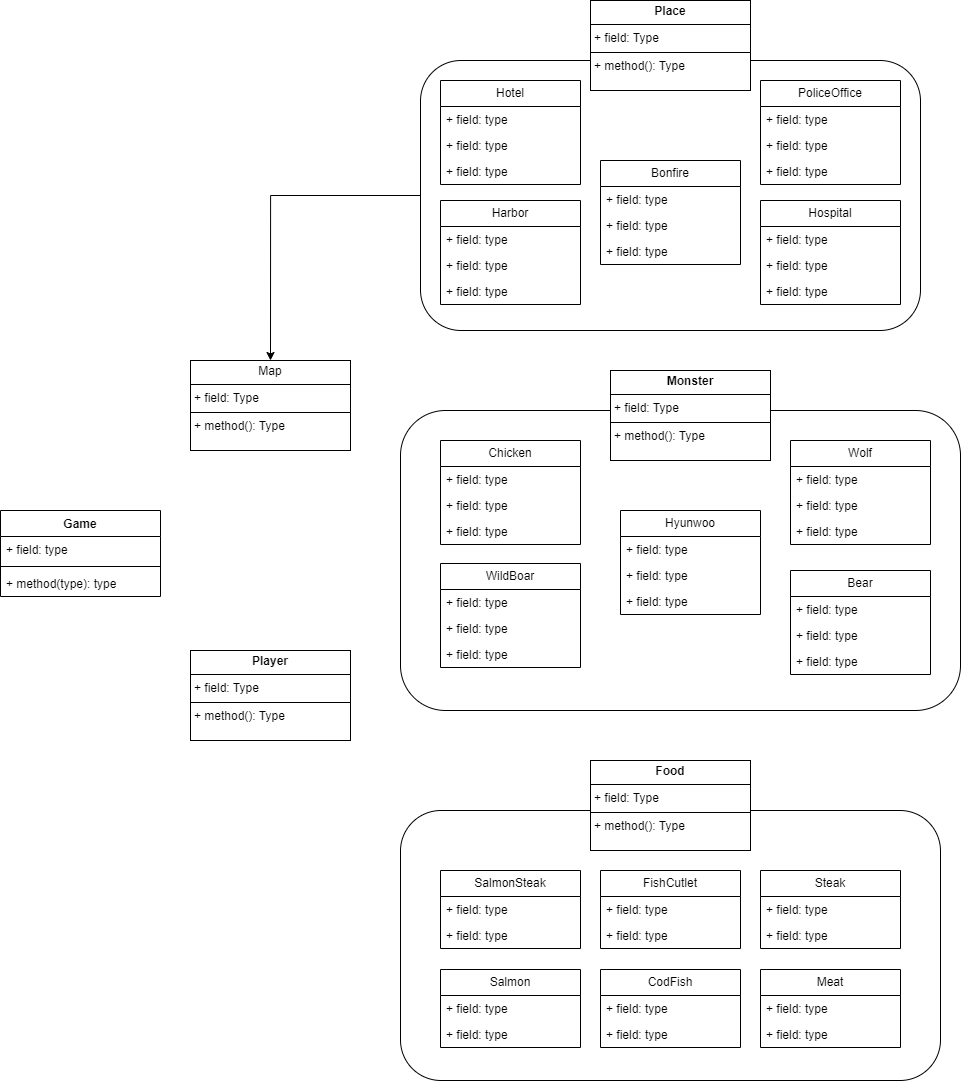
The draw.io diagram 구성도.drawio.png in SeungJu0406/SeungJu0406-KGA_OOPConsoleProject, before a commit. Source tidied: cells renumbered, new cells last; positions are measured from the earlier drawing's top-left corner, leaving out a move shared by most shapes.
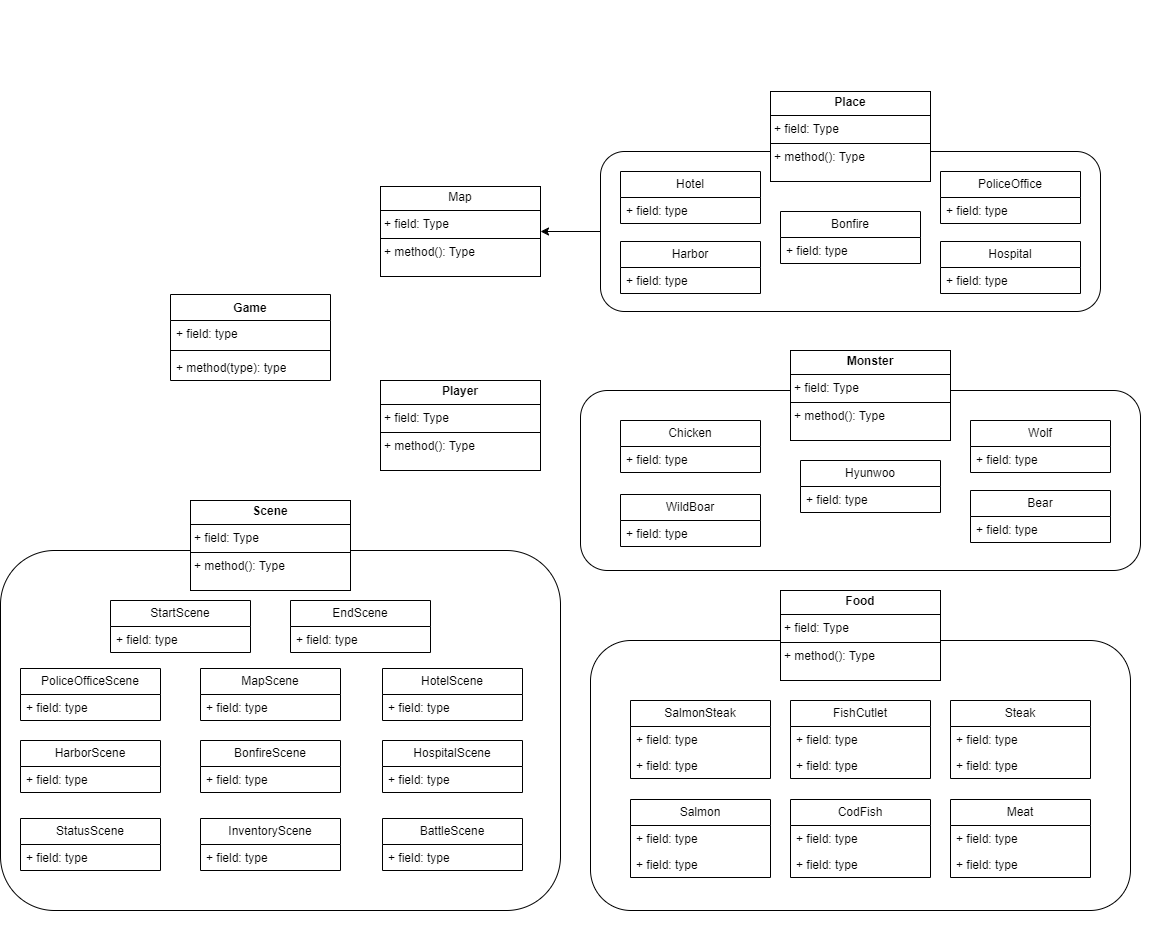
Above is the later version.

Commit message:
[doce] 구성도 수정

Diff of the diagram source:
```diff
@@ -5,18 +5,18 @@
     <mxCell id="2" value="&lt;p style=&quot;margin:0px;margin-top:4px;text-align:center;&quot;&gt;Map&lt;/p&gt;&lt;hr size=&quot;1&quot; style=&quot;border-style:solid;&quot;&gt;&lt;p style=&quot;margin:0px;margin-left:4px;&quot;&gt;+ field: Type&lt;/p&gt;&lt;hr size=&quot;1&quot; style=&quot;border-style:solid;&quot;&gt;&lt;p style=&quot;margin:0px;margin-left:4px;&quot;&gt;+ method(): Type&lt;/p&gt;" style="verticalAlign=top;align=left;overflow=fill;html=1;whiteSpace=wrap;" parent="1" vertex="1">
-      <mxGeometry x="190" y="360" width="160" height="90" as="geometry" />
+      <mxGeometry x="180" y="216" width="160" height="90" as="geometry" />
     </mxCell>
     <mxCell id="3" value="&lt;p style=&quot;margin:0px;margin-top:4px;text-align:center;&quot;&gt;&lt;b&gt;Player&lt;/b&gt;&lt;/p&gt;&lt;hr size=&quot;1&quot; style=&quot;border-style:solid;&quot;&gt;&lt;p style=&quot;margin:0px;margin-left:4px;&quot;&gt;+ field: Type&lt;/p&gt;&lt;hr size=&quot;1&quot; style=&quot;border-style:solid;&quot;&gt;&lt;p style=&quot;margin:0px;margin-left:4px;&quot;&gt;+ method(): Type&lt;/p&gt;" style="verticalAlign=top;align=left;overflow=fill;html=1;whiteSpace=wrap;" parent="1" vertex="1">
-      <mxGeometry x="190" y="650" width="160" height="90" as="geometry" />
+      <mxGeometry x="180" y="410" width="160" height="90" as="geometry" />
     </mxCell>
     <mxCell id="4" style="group;" parent="1" vertex="1">
-      <mxGeometry x="400" width="570" height="710" as="geometry" />
+      <mxGeometry x="380" y="30" width="570" height="940" as="geometry" />
     </mxCell>
     <mxCell id="5" style="rounded=1;whiteSpace=wrap;html=1;fillColor=none;" parent="4" vertex="1">
-      <mxGeometry x="20" y="60" width="500" height="270" as="geometry" />
+      <mxGeometry x="20" y="151" width="500" height="160" as="geometry" />
     </mxCell>
     <mxCell id="6" value="&lt;p style=&quot;margin:0px;margin-top:4px;text-align:center;&quot;&gt;&lt;b&gt;Place&lt;/b&gt;&lt;/p&gt;&lt;hr size=&quot;1&quot; style=&quot;border-style:solid;&quot;&gt;&lt;p style=&quot;margin:0px;margin-left:4px;&quot;&gt;+ field: Type&lt;/p&gt;&lt;hr size=&quot;1&quot; style=&quot;border-style:solid;&quot;&gt;&lt;p style=&quot;margin:0px;margin-left:4px;&quot;&gt;+ method(): Type&lt;/p&gt;" style="verticalAlign=top;align=left;overflow=fill;html=1;whiteSpace=wrap;" parent="4" vertex="1">
-      <mxGeometry x="190" width="160" height="90" as="geometry" />
+      <mxGeometry x="190" y="91" width="160" height="90" as="geometry" />
     </mxCell>
     <mxCell id="7" value="Hotel" style="swimlane;fontStyle=0;horizontal=1;startSize=26;fillColor=none;whiteSpace=wrap;html=1;" parent="4" vertex="1">
-      <mxGeometry x="40" y="80" width="140" height="104" as="geometry" />
+      <mxGeometry x="40" y="171" width="140" height="52" as="geometry" />
     </mxCell>
@@ -25,10 +25,4 @@
     </mxCell>
-    <mxCell id="9" value="+ field: type" style="text;strokeColor=none;fillColor=none;align=left;verticalAlign=top;spacingLeft=4;spacingRight=4;overflow=hidden;whiteSpace=wrap;html=1;" parent="7" vertex="1">
-      <mxGeometry y="52" width="140" height="26" as="geometry" />
-    </mxCell>
-    <mxCell id="10" value="+ field: type" style="text;strokeColor=none;fillColor=none;align=left;verticalAlign=top;spacingLeft=4;spacingRight=4;overflow=hidden;whiteSpace=wrap;html=1;" parent="7" vertex="1">
-      <mxGeometry y="78" width="140" height="26" as="geometry" />
-    </mxCell>
     <mxCell id="11" value="PoliceOffice" style="swimlane;fontStyle=0;horizontal=1;startSize=26;fillColor=none;whiteSpace=wrap;html=1;" parent="4" vertex="1">
-      <mxGeometry x="360" y="80" width="140" height="104" as="geometry" />
+      <mxGeometry x="360" y="171" width="140" height="52" as="geometry" />
     </mxCell>
@@ -37,10 +31,4 @@
     </mxCell>
-    <mxCell id="13" value="+ field: type" style="text;strokeColor=none;fillColor=none;align=left;verticalAlign=top;spacingLeft=4;spacingRight=4;overflow=hidden;whiteSpace=wrap;html=1;" parent="11" vertex="1">
-      <mxGeometry y="52" width="140" height="26" as="geometry" />
-    </mxCell>
-    <mxCell id="14" value="+ field: type" style="text;strokeColor=none;fillColor=none;align=left;verticalAlign=top;spacingLeft=4;spacingRight=4;overflow=hidden;whiteSpace=wrap;html=1;" parent="11" vertex="1">
-      <mxGeometry y="78" width="140" height="26" as="geometry" />
-    </mxCell>
     <mxCell id="15" value="Harbor" style="swimlane;fontStyle=0;horizontal=1;startSize=26;fillColor=none;whiteSpace=wrap;html=1;" parent="4" vertex="1">
-      <mxGeometry x="40" y="200" width="140" height="104" as="geometry" />
+      <mxGeometry x="40" y="241" width="140" height="52" as="geometry" />
     </mxCell>
@@ -49,10 +37,4 @@
     </mxCell>
-    <mxCell id="17" value="+ field: type" style="text;strokeColor=none;fillColor=none;align=left;verticalAlign=top;spacingLeft=4;spacingRight=4;overflow=hidden;whiteSpace=wrap;html=1;" parent="15" vertex="1">
-      <mxGeometry y="52" width="140" height="26" as="geometry" />
-    </mxCell>
-    <mxCell id="18" value="+ field: type" style="text;strokeColor=none;fillColor=none;align=left;verticalAlign=top;spacingLeft=4;spacingRight=4;overflow=hidden;whiteSpace=wrap;html=1;" parent="15" vertex="1">
-      <mxGeometry y="78" width="140" height="26" as="geometry" />
-    </mxCell>
     <mxCell id="19" value="Hospital" style="swimlane;fontStyle=0;horizontal=1;startSize=26;fillColor=none;whiteSpace=wrap;html=1;" parent="4" vertex="1">
-      <mxGeometry x="360" y="200" width="140" height="104" as="geometry" />
+      <mxGeometry x="360" y="241" width="140" height="52" as="geometry" />
     </mxCell>
@@ -61,10 +43,4 @@
     </mxCell>
-    <mxCell id="21" value="+ field: type" style="text;strokeColor=none;fillColor=none;align=left;verticalAlign=top;spacingLeft=4;spacingRight=4;overflow=hidden;whiteSpace=wrap;html=1;" parent="19" vertex="1">
-      <mxGeometry y="52" width="140" height="26" as="geometry" />
-    </mxCell>
-    <mxCell id="22" value="+ field: type" style="text;strokeColor=none;fillColor=none;align=left;verticalAlign=top;spacingLeft=4;spacingRight=4;overflow=hidden;whiteSpace=wrap;html=1;" parent="19" vertex="1">
-      <mxGeometry y="78" width="140" height="26" as="geometry" />
-    </mxCell>
     <mxCell id="23" value="Bonfire" style="swimlane;fontStyle=0;horizontal=1;startSize=26;fillColor=none;whiteSpace=wrap;html=1;" parent="4" vertex="1">
-      <mxGeometry x="200" y="160" width="140" height="104" as="geometry" />
+      <mxGeometry x="200" y="211" width="140" height="52" as="geometry" />
     </mxCell>
@@ -73,13 +49,7 @@
     </mxCell>
-    <mxCell id="25" value="+ field: type" style="text;strokeColor=none;fillColor=none;align=left;verticalAlign=top;spacingLeft=4;spacingRight=4;overflow=hidden;whiteSpace=wrap;html=1;" parent="23" vertex="1">
-      <mxGeometry y="52" width="140" height="26" as="geometry" />
-    </mxCell>
-    <mxCell id="26" value="+ field: type" style="text;strokeColor=none;fillColor=none;align=left;verticalAlign=top;spacingLeft=4;spacingRight=4;overflow=hidden;whiteSpace=wrap;html=1;" parent="23" vertex="1">
-      <mxGeometry y="78" width="140" height="26" as="geometry" />
-    </mxCell>
     <mxCell id="27" style="group;" parent="4" vertex="1">
-      <mxGeometry y="370" width="560" height="340" as="geometry" />
+      <mxGeometry y="350" width="560" height="590" as="geometry" />
     </mxCell>
     <mxCell id="28" style="rounded=1;whiteSpace=wrap;html=1;fillColor=none;" parent="27" vertex="1">
-      <mxGeometry y="40" width="560" height="300" as="geometry" />
+      <mxGeometry y="40" width="560" height="180" as="geometry" />
     </mxCell>
@@ -89,3 +59,3 @@
     <mxCell id="30" value="Hyunwoo" style="swimlane;fontStyle=0;horizontal=1;startSize=26;fillColor=none;whiteSpace=wrap;html=1;" parent="27" vertex="1">
-      <mxGeometry x="220" y="140" width="140" height="104" as="geometry" />
+      <mxGeometry x="220" y="110" width="140" height="52" as="geometry" />
     </mxCell>
@@ -94,10 +64,4 @@
     </mxCell>
-    <mxCell id="32" value="+ field: type" style="text;strokeColor=none;fillColor=none;align=left;verticalAlign=top;spacingLeft=4;spacingRight=4;overflow=hidden;whiteSpace=wrap;html=1;" parent="30" vertex="1">
-      <mxGeometry y="52" width="140" height="26" as="geometry" />
-    </mxCell>
-    <mxCell id="33" value="+ field: type" style="text;strokeColor=none;fillColor=none;align=left;verticalAlign=top;spacingLeft=4;spacingRight=4;overflow=hidden;whiteSpace=wrap;html=1;" parent="30" vertex="1">
-      <mxGeometry y="78" width="140" height="26" as="geometry" />
-    </mxCell>
     <mxCell id="34" value="Chicken" style="swimlane;fontStyle=0;horizontal=1;startSize=26;fillColor=none;whiteSpace=wrap;html=1;" parent="27" vertex="1">
-      <mxGeometry x="40" y="70" width="140" height="104" as="geometry" />
+      <mxGeometry x="40" y="70" width="140" height="52" as="geometry" />
     </mxCell>
@@ -106,10 +70,4 @@
     </mxCell>
-    <mxCell id="36" value="+ field: type" style="text;strokeColor=none;fillColor=none;align=left;verticalAlign=top;spacingLeft=4;spacingRight=4;overflow=hidden;whiteSpace=wrap;html=1;" parent="34" vertex="1">
-      <mxGeometry y="52" width="140" height="26" as="geometry" />
-    </mxCell>
-    <mxCell id="37" value="+ field: type" style="text;strokeColor=none;fillColor=none;align=left;verticalAlign=top;spacingLeft=4;spacingRight=4;overflow=hidden;whiteSpace=wrap;html=1;" parent="34" vertex="1">
-      <mxGeometry y="78" width="140" height="26" as="geometry" />
-    </mxCell>
     <mxCell id="38" value="&lt;div&gt;WildBoar&lt;/div&gt;" style="swimlane;fontStyle=0;horizontal=1;startSize=26;fillColor=none;whiteSpace=wrap;html=1;" parent="27" vertex="1">
-      <mxGeometry x="40" y="193" width="140" height="104" as="geometry" />
+      <mxGeometry x="40" y="144" width="140" height="52" as="geometry" />
     </mxCell>
@@ -118,10 +76,4 @@
     </mxCell>
-    <mxCell id="40" value="+ field: type" style="text;strokeColor=none;fillColor=none;align=left;verticalAlign=top;spacingLeft=4;spacingRight=4;overflow=hidden;whiteSpace=wrap;html=1;" parent="38" vertex="1">
-      <mxGeometry y="52" width="140" height="26" as="geometry" />
-    </mxCell>
-    <mxCell id="41" value="+ field: type" style="text;strokeColor=none;fillColor=none;align=left;verticalAlign=top;spacingLeft=4;spacingRight=4;overflow=hidden;whiteSpace=wrap;html=1;" parent="38" vertex="1">
-      <mxGeometry y="78" width="140" height="26" as="geometry" />
-    </mxCell>
     <mxCell id="42" value="Wolf" style="swimlane;fontStyle=0;horizontal=1;startSize=26;fillColor=none;whiteSpace=wrap;html=1;" parent="27" vertex="1">
-      <mxGeometry x="390" y="70" width="140" height="104" as="geometry" />
+      <mxGeometry x="390" y="70" width="140" height="52" as="geometry" />
     </mxCell>
@@ -130,10 +82,4 @@
     </mxCell>
-    <mxCell id="44" value="+ field: type" style="text;strokeColor=none;fillColor=none;align=left;verticalAlign=top;spacingLeft=4;spacingRight=4;overflow=hidden;whiteSpace=wrap;html=1;" parent="42" vertex="1">
-      <mxGeometry y="52" width="140" height="26" as="geometry" />
-    </mxCell>
-    <mxCell id="45" value="+ field: type" style="text;strokeColor=none;fillColor=none;align=left;verticalAlign=top;spacingLeft=4;spacingRight=4;overflow=hidden;whiteSpace=wrap;html=1;" parent="42" vertex="1">
-      <mxGeometry y="78" width="140" height="26" as="geometry" />
-    </mxCell>
     <mxCell id="46" value="Bear" style="swimlane;fontStyle=0;horizontal=1;startSize=26;fillColor=none;whiteSpace=wrap;html=1;" parent="27" vertex="1">
-      <mxGeometry x="390" y="200" width="140" height="104" as="geometry" />
+      <mxGeometry x="390" y="140" width="140" height="52" as="geometry" />
     </mxCell>
@@ -142,10 +88,4 @@
     </mxCell>
-    <mxCell id="48" value="+ field: type" style="text;strokeColor=none;fillColor=none;align=left;verticalAlign=top;spacingLeft=4;spacingRight=4;overflow=hidden;whiteSpace=wrap;html=1;" parent="46" vertex="1">
-      <mxGeometry y="52" width="140" height="26" as="geometry" />
-    </mxCell>
-    <mxCell id="49" value="+ field: type" style="text;strokeColor=none;fillColor=none;align=left;verticalAlign=top;spacingLeft=4;spacingRight=4;overflow=hidden;whiteSpace=wrap;html=1;" parent="46" vertex="1">
-      <mxGeometry y="78" width="140" height="26" as="geometry" />
-    </mxCell>
-    <mxCell id="50" style="group;" parent="1" vertex="1">
-      <mxGeometry x="400" y="760" width="540" height="320" as="geometry" />
+    <mxCell id="50" style="group;" parent="27" vertex="1">
+      <mxGeometry x="10" y="240" width="540" height="320" as="geometry" />
     </mxCell>
@@ -212,3 +152,3 @@
     <mxCell id="71" value="Game" style="swimlane;fontStyle=1;align=center;verticalAlign=top;horizontal=1;startSize=26;whiteSpace=wrap;html=1;" parent="1" vertex="1">
-      <mxGeometry y="510" width="160" height="86" as="geometry" />
+      <mxGeometry x="-30" y="324" width="160" height="86" as="geometry" />
     </mxCell>
@@ -223,5 +163,80 @@
     </mxCell>
-    <mxCell id="75" style="edgeStyle=orthogonalEdgeStyle;rounded=0;jettySize=auto;html=1;exitX=0;exitY=0.5;exitDx=0;exitDy=0;entryX=0.5;entryY=0;entryDx=0;entryDy=0;" parent="1" edge="1" source="5" target="2">
+    <mxCell id="75" style="edgeStyle=orthogonalEdgeStyle;rounded=0;jettySize=auto;html=1;entryX=1;entryY=0.5;entryDx=0;entryDy=0;" parent="1" edge="1" source="5" target="2">
       <mxGeometry relative="1" as="geometry" />
     </mxCell>
+    <mxCell id="76" style="group;" parent="1" vertex="1">
+      <mxGeometry x="-200" y="530" width="560" height="410" as="geometry" />
+    </mxCell>
+    <mxCell id="77" style="rounded=1;whiteSpace=wrap;html=1;fillColor=none;" parent="76" vertex="1">
+      <mxGeometry y="50" width="560" height="360" as="geometry" />
+    </mxCell>
+    <mxCell id="78" value="HotelScene" style="swimlane;fontStyle=0;horizontal=1;startSize=26;fillColor=none;whiteSpace=wrap;html=1;" parent="76" vertex="1">
+      <mxGeometry x="382" y="168" width="140" height="52" as="geometry" />
+    </mxCell>
+    <mxCell id="79" value="+ field: type" style="text;strokeColor=none;fillColor=none;align=left;verticalAlign=top;spacingLeft=4;spacingRight=4;overflow=hidden;whiteSpace=wrap;html=1;" parent="78" vertex="1">
+      <mxGeometry y="26" width="140" height="26" as="geometry" />
+    </mxCell>
+    <mxCell id="80" value="PoliceOfficeScene" style="swimlane;fontStyle=0;horizontal=1;startSize=26;fillColor=none;whiteSpace=wrap;html=1;" parent="76" vertex="1">
+      <mxGeometry x="20" y="168" width="140" height="52" as="geometry" />
+    </mxCell>
+    <mxCell id="81" value="+ field: type" style="text;strokeColor=none;fillColor=none;align=left;verticalAlign=top;spacingLeft=4;spacingRight=4;overflow=hidden;whiteSpace=wrap;html=1;" parent="80" vertex="1">
+      <mxGeometry y="26" width="140" height="26" as="geometry" />
+    </mxCell>
+    <mxCell id="82" value="Harbor&lt;span style=&quot;background-color: initial;&quot;&gt;Scene&lt;/span&gt;" style="swimlane;fontStyle=0;horizontal=1;startSize=26;fillColor=none;whiteSpace=wrap;html=1;" parent="76" vertex="1">
+      <mxGeometry x="20" y="240" width="140" height="52" as="geometry" />
+    </mxCell>
+    <mxCell id="83" value="+ field: type" style="text;strokeColor=none;fillColor=none;align=left;verticalAlign=top;spacingLeft=4;spacingRight=4;overflow=hidden;whiteSpace=wrap;html=1;" parent="82" vertex="1">
+      <mxGeometry y="26" width="140" height="26" as="geometry" />
+    </mxCell>
+    <mxCell id="84" value="StartScene" style="swimlane;fontStyle=0;horizontal=1;startSize=26;fillColor=none;whiteSpace=wrap;html=1;" parent="76" vertex="1">
+      <mxGeometry x="110" y="100" width="140" height="52" as="geometry" />
+    </mxCell>
+    <mxCell id="85" value="+ field: type" style="text;strokeColor=none;fillColor=none;align=left;verticalAlign=top;spacingLeft=4;spacingRight=4;overflow=hidden;whiteSpace=wrap;html=1;" parent="84" vertex="1">
+      <mxGeometry y="26" width="140" height="26" as="geometry" />
+    </mxCell>
+    <mxCell id="86" value="MapScene" style="swimlane;fontStyle=0;horizontal=1;startSize=26;fillColor=none;whiteSpace=wrap;html=1;" parent="76" vertex="1">
+      <mxGeometry x="200" y="168" width="140" height="52" as="geometry" />
+    </mxCell>
+    <mxCell id="87" value="+ field: type" style="text;strokeColor=none;fillColor=none;align=left;verticalAlign=top;spacingLeft=4;spacingRight=4;overflow=hidden;whiteSpace=wrap;html=1;" parent="86" vertex="1">
+      <mxGeometry y="26" width="140" height="26" as="geometry" />
+    </mxCell>
+    <mxCell id="88" value="BattleScene" style="swimlane;fontStyle=0;horizontal=1;startSize=26;fillColor=none;whiteSpace=wrap;html=1;" parent="76" vertex="1">
+      <mxGeometry x="382" y="318" width="140" height="52" as="geometry" />
+    </mxCell>
+    <mxCell id="89" value="+ field: type" style="text;strokeColor=none;fillColor=none;align=left;verticalAlign=top;spacingLeft=4;spacingRight=4;overflow=hidden;whiteSpace=wrap;html=1;" parent="88" vertex="1">
+      <mxGeometry y="26" width="140" height="26" as="geometry" />
+    </mxCell>
+    <mxCell id="90" value="BonfireScene" style="swimlane;fontStyle=0;horizontal=1;startSize=26;fillColor=none;whiteSpace=wrap;html=1;" parent="76" vertex="1">
+      <mxGeometry x="200" y="240" width="140" height="52" as="geometry" />
+    </mxCell>
+    <mxCell id="91" value="+ field: type" style="text;strokeColor=none;fillColor=none;align=left;verticalAlign=top;spacingLeft=4;spacingRight=4;overflow=hidden;whiteSpace=wrap;html=1;" parent="90" vertex="1">
+      <mxGeometry y="26" width="140" height="26" as="geometry" />
+    </mxCell>
+    <mxCell id="92" value="EndScene" style="swimlane;fontStyle=0;horizontal=1;startSize=26;fillColor=none;whiteSpace=wrap;html=1;" parent="76" vertex="1">
+      <mxGeometry x="290" y="100" width="140" height="52" as="geometry" />
+    </mxCell>
+    <mxCell id="93" value="+ field: type" style="text;strokeColor=none;fillColor=none;align=left;verticalAlign=top;spacingLeft=4;spacingRight=4;overflow=hidden;whiteSpace=wrap;html=1;" parent="92" vertex="1">
+      <mxGeometry y="26" width="140" height="26" as="geometry" />
+    </mxCell>
+    <mxCell id="94" value="StatusScene" style="swimlane;fontStyle=0;horizontal=1;startSize=26;fillColor=none;whiteSpace=wrap;html=1;" parent="76" vertex="1">
+      <mxGeometry x="20" y="318" width="140" height="52" as="geometry" />
+    </mxCell>
+    <mxCell id="95" value="+ field: type" style="text;strokeColor=none;fillColor=none;align=left;verticalAlign=top;spacingLeft=4;spacingRight=4;overflow=hidden;whiteSpace=wrap;html=1;" parent="94" vertex="1">
+      <mxGeometry y="26" width="140" height="26" as="geometry" />
+    </mxCell>
+    <mxCell id="96" value="Inventory&lt;span style=&quot;background-color: initial;&quot;&gt;Scene&lt;/span&gt;" style="swimlane;fontStyle=0;horizontal=1;startSize=26;fillColor=none;whiteSpace=wrap;html=1;" parent="76" vertex="1">
+      <mxGeometry x="200" y="318" width="140" height="52" as="geometry" />
+    </mxCell>
+    <mxCell id="97" value="+ field: type" style="text;strokeColor=none;fillColor=none;align=left;verticalAlign=top;spacingLeft=4;spacingRight=4;overflow=hidden;whiteSpace=wrap;html=1;" parent="96" vertex="1">
+      <mxGeometry y="26" width="140" height="26" as="geometry" />
+    </mxCell>
+    <mxCell id="98" value="&lt;span style=&quot;background-color: initial;&quot;&gt;Hospital&lt;/span&gt;&lt;span style=&quot;background-color: initial;&quot;&gt;Scene&lt;/span&gt;" style="swimlane;fontStyle=0;horizontal=1;startSize=26;fillColor=none;whiteSpace=wrap;html=1;" parent="76" vertex="1">
+      <mxGeometry x="382" y="240" width="140" height="52" as="geometry" />
+    </mxCell>
+    <mxCell id="99" value="+ field: type" style="text;strokeColor=none;fillColor=none;align=left;verticalAlign=top;spacingLeft=4;spacingRight=4;overflow=hidden;whiteSpace=wrap;html=1;" parent="98" vertex="1">
+      <mxGeometry y="26" width="140" height="26" as="geometry" />
+    </mxCell>
+    <mxCell id="100" value="&lt;p style=&quot;margin:0px;margin-top:4px;text-align:center;&quot;&gt;&lt;b&gt;Scene&lt;/b&gt;&lt;/p&gt;&lt;hr size=&quot;1&quot; style=&quot;border-style:solid;&quot;&gt;&lt;p style=&quot;margin:0px;margin-left:4px;&quot;&gt;+ field: Type&lt;/p&gt;&lt;hr size=&quot;1&quot; style=&quot;border-style:solid;&quot;&gt;&lt;p style=&quot;margin:0px;margin-left:4px;&quot;&gt;+ method(): Type&lt;/p&gt;" style="verticalAlign=top;align=left;overflow=fill;html=1;whiteSpace=wrap;" parent="76" vertex="1">
+      <mxGeometry x="190" width="160" height="90" as="geometry" />
+    </mxCell>
   </root>
```
